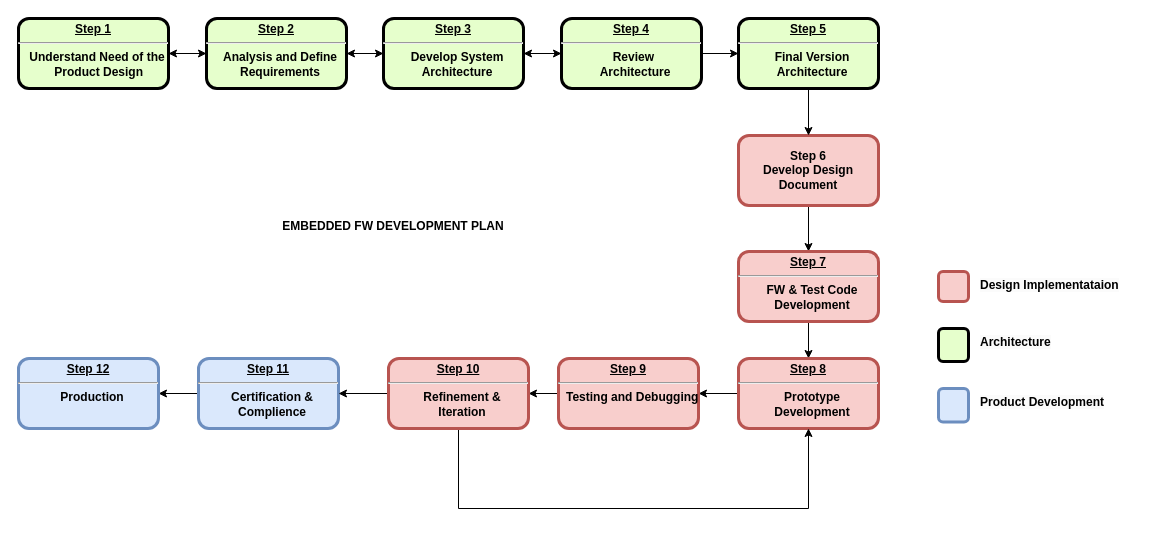
Above: Untitled Diagram.drawio in j9hasan/learning-git (draw.io), before the change. Source tidied: cells renumbered, new cells numbered last; positions are measured from the earlier drawing's top-left corner, leaving out a move shared by most shapes. Both pictures are drawn from the tidied source at 100%, with x=0, y=0 at pixel (18, 18).
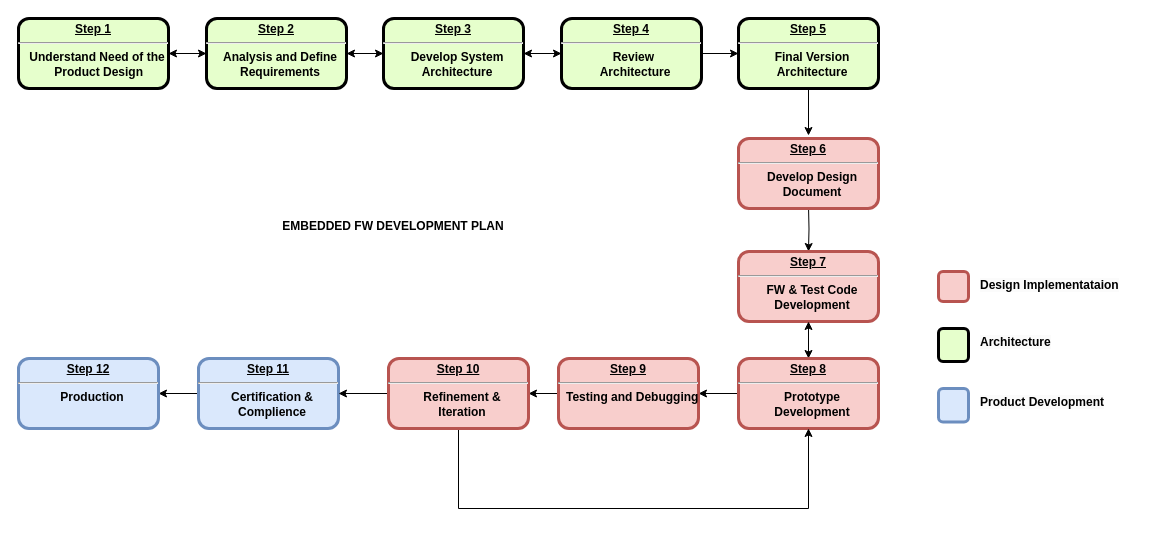
Above is the later version.

Unchanged cells that the change refers to:
```xml
<mxCell id="14" value="&lt;p style=&quot;margin: 0px; margin-top: 4px; text-align: center; text-decoration: underline;&quot;&gt;&lt;strong&gt;Step 7&lt;/strong&gt;&lt;/p&gt;&lt;hr&gt;&lt;p style=&quot;margin: 0px; margin-left: 8px;&quot;&gt;FW &amp;amp; Test Code&lt;/p&gt;&lt;p style=&quot;margin: 0px; margin-left: 8px;&quot;&gt;Development&lt;/p&gt;" style="verticalAlign=middle;align=center;overflow=fill;fontSize=12;fontFamily=Helvetica;html=1;rounded=1;fontStyle=1;strokeWidth=3;fillColor=#f8cecc;strokeColor=#b85450;" parent="1" vertex="1">
  <mxGeometry x="720" y="233" width="140" height="70" as="geometry" />
</mxCell>
<mxCell id="16" value="&lt;p style=&quot;margin: 0px; margin-top: 4px; text-align: center; text-decoration: underline;&quot;&gt;&lt;strong&gt;Step 8&lt;/strong&gt;&lt;/p&gt;&lt;hr&gt;&lt;p style=&quot;margin: 0px; margin-left: 8px;&quot;&gt;Prototype&lt;/p&gt;&lt;p style=&quot;margin: 0px; margin-left: 8px;&quot;&gt;Development&lt;/p&gt;" style="verticalAlign=middle;align=center;overflow=fill;fontSize=12;fontFamily=Helvetica;html=1;rounded=1;fontStyle=1;strokeWidth=3;fillColor=#f8cecc;strokeColor=#b85450;" parent="1" vertex="1">
  <mxGeometry x="720" y="340" width="140" height="70" as="geometry" />
</mxCell>
<mxCell id="26" value="&lt;p style=&quot;margin: 0px; margin-top: 4px; text-align: center; text-decoration: underline;&quot;&gt;&lt;strong&gt;Step 5&lt;/strong&gt;&lt;/p&gt;&lt;hr&gt;&lt;p style=&quot;margin: 0px; margin-left: 8px;&quot;&gt;Final Version&lt;/p&gt;&lt;p style=&quot;margin: 0px; margin-left: 8px;&quot;&gt;Architecture&lt;/p&gt;" style="verticalAlign=middle;align=center;overflow=fill;fontSize=12;fontFamily=Helvetica;html=1;rounded=1;fontStyle=1;strokeWidth=3;fillColor=#E6FFCC;flipH=1;" parent="1" vertex="1">
  <mxGeometry x="720" width="140" height="70" as="geometry" />
</mxCell>
```

Diff of the diagram source:
```diff
@@
-    <mxCell id="11" style="edgeStyle=orthogonalEdgeStyle;rounded=0;jettySize=auto;html=1;entryX=0.5;entryY=0;entryDx=0;entryDy=0;" parent="1" edge="1" source="12" target="14">
-      <mxGeometry relative="1" as="geometry" />
+    <mxCell id="11" style="edgeStyle=orthogonalEdgeStyle;rounded=0;jettySize=auto;html=1;entryX=0.5;entryY=0;entryDx=0;entryDy=0;" parent="1" edge="1" target="14">
+      <mxGeometry relative="1" as="geometry">
+        <mxPoint x="790" y="187" as="sourcePoint" />
+      </mxGeometry>
     </mxCell>
-    <mxCell id="12" value="Step 6&#10;Develop Design Document" style="whiteSpace=wrap;align=center;verticalAlign=middle;fontStyle=1;strokeWidth=3;rounded=1;fillColor=#f8cecc;strokeColor=#b85450;" parent="1" vertex="1">
-      <mxGeometry x="720" y="117" width="140" height="70" as="geometry" />
-    </mxCell>
@@
+    <mxCell id="36" style="edgeStyle=orthogonalEdgeStyle;rounded=0;jettySize=auto;html=1;entryX=0.5;entryY=1;entryDx=0;entryDy=0;" parent="1" edge="1" source="16" target="14">
+      <mxGeometry relative="1" as="geometry" />
+    </mxCell>
@@
-    <mxCell id="25" style="edgeStyle=orthogonalEdgeStyle;rounded=0;jettySize=auto;html=1;" parent="1" edge="1" source="26" target="12">
-      <mxGeometry relative="1" as="geometry" />
+    <mxCell id="25" style="edgeStyle=orthogonalEdgeStyle;rounded=0;jettySize=auto;html=1;" parent="1" edge="1" source="26">
+      <mxGeometry relative="1" as="geometry">
+        <mxPoint x="790" y="117" as="targetPoint" />
+      </mxGeometry>
     </mxCell>
@@
+    <mxCell id="12" value="&lt;p style=&quot;margin: 0px; margin-top: 4px; text-align: center; text-decoration: underline;&quot;&gt;&lt;strong&gt;Step 6&lt;/strong&gt;&lt;/p&gt;&lt;hr&gt;&lt;p style=&quot;margin: 0px; margin-left: 8px;&quot;&gt;&lt;span style=&quot;text-wrap-mode: wrap;&quot;&gt;Develop Design Document&lt;/span&gt;&lt;/p&gt;" style="verticalAlign=middle;align=center;overflow=fill;fontSize=12;fontFamily=Helvetica;html=1;rounded=1;fontStyle=1;strokeWidth=3;fillColor=#f8cecc;strokeColor=#b85450;" parent="1" vertex="1">
+      <mxGeometry x="720" y="120" width="140" height="70" as="geometry" />
+    </mxCell>
```
